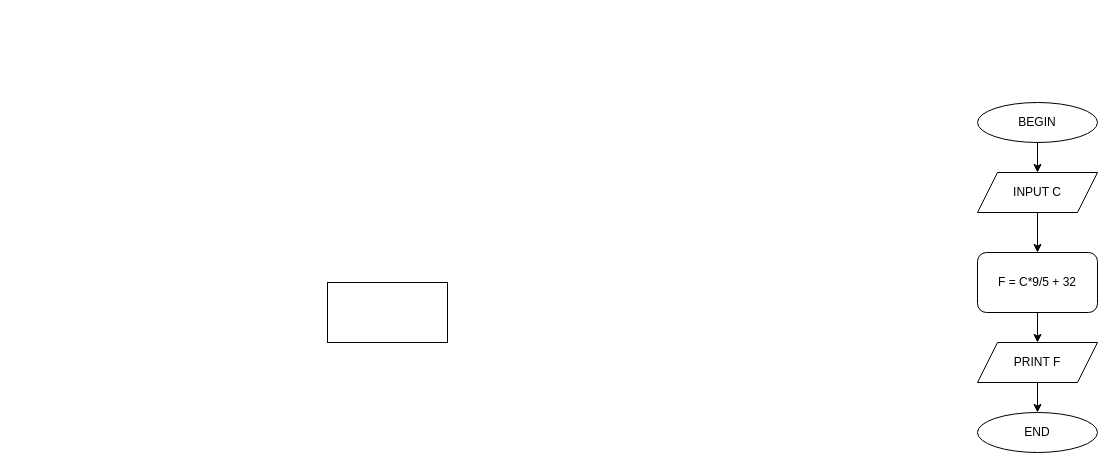
This is Untitled Diagram.drawio from dodooh/dodooh, a draw.io file, before an edit. Source tidied: cells renumbered, new cells numbered last; positions are measured from the earlier drawing's top-left corner, leaving out a move shared by most shapes. Both pictures are drawn from the tidied source at 100%, with x=0, y=0 at pixel (327, 102).
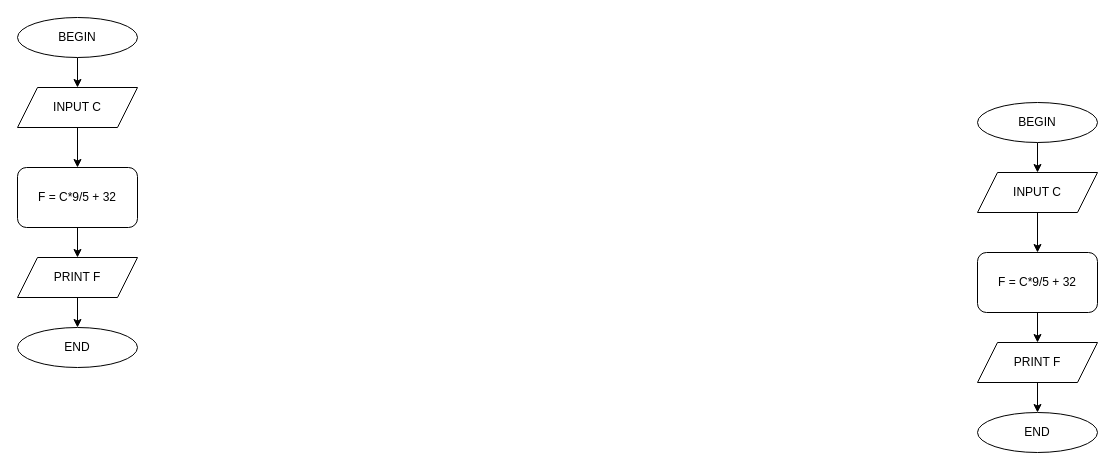
After the change.

What changed in the source:
```diff
@@
-    <mxCell id="4" style="rounded=0;whiteSpace=wrap;html=1;" parent="1" vertex="1">
-      <mxGeometry y="180" width="120" height="60" as="geometry" />
-    </mxCell>
@@
+    <mxCell id="12" style="edgeStyle=orthogonalEdgeStyle;rounded=0;jettySize=auto;html=1;exitX=0.5;exitY=1;exitDx=0;exitDy=0;entryX=0.5;entryY=0;entryDx=0;entryDy=0;" parent="1" edge="1" source="13" target="15">
+      <mxGeometry relative="1" as="geometry" />
+    </mxCell>
+    <mxCell id="13" value="BEGIN" style="ellipse;whiteSpace=wrap;html=1;" parent="1" vertex="1">
+      <mxGeometry x="-310" y="-85" width="120" height="40" as="geometry" />
+    </mxCell>
+    <mxCell id="14" style="edgeStyle=orthogonalEdgeStyle;rounded=0;jettySize=auto;html=1;exitX=0.5;exitY=1;exitDx=0;exitDy=0;entryX=0.5;entryY=0;entryDx=0;entryDy=0;" parent="1" edge="1" source="15" target="17">
+      <mxGeometry relative="1" as="geometry" />
+    </mxCell>
+    <mxCell id="15" value="INPUT C" style="shape=parallelogram;perimeter=parallelogramPerimeter;whiteSpace=wrap;html=1;fixedSize=1;" parent="1" vertex="1">
+      <mxGeometry x="-310" y="-15" width="120" height="40" as="geometry" />
+    </mxCell>
+    <mxCell id="16" style="edgeStyle=orthogonalEdgeStyle;rounded=0;jettySize=auto;html=1;exitX=0.5;exitY=1;exitDx=0;exitDy=0;entryX=0.5;entryY=0;entryDx=0;entryDy=0;" parent="1" edge="1" source="17" target="19">
+      <mxGeometry relative="1" as="geometry" />
+    </mxCell>
+    <mxCell id="17" value="F = C*9/5 + 32" style="rounded=1;whiteSpace=wrap;html=1;" parent="1" vertex="1">
+      <mxGeometry x="-310" y="65" width="120" height="60" as="geometry" />
+    </mxCell>
+    <mxCell id="18" style="edgeStyle=orthogonalEdgeStyle;rounded=0;jettySize=auto;html=1;exitX=0.5;exitY=1;exitDx=0;exitDy=0;" parent="1" edge="1" source="19">
+      <mxGeometry relative="1" as="geometry">
+        <mxPoint x="-250" y="225" as="targetPoint" />
+      </mxGeometry>
+    </mxCell>
+    <mxCell id="19" value="PRINT F" style="shape=parallelogram;perimeter=parallelogramPerimeter;whiteSpace=wrap;html=1;fixedSize=1;" parent="1" vertex="1">
+      <mxGeometry x="-310" y="155" width="120" height="40" as="geometry" />
+    </mxCell>
+    <mxCell id="20" value="END" style="ellipse;whiteSpace=wrap;html=1;" parent="1" vertex="1">
+      <mxGeometry x="-310" y="225" width="120" height="40" as="geometry" />
+    </mxCell>
```
